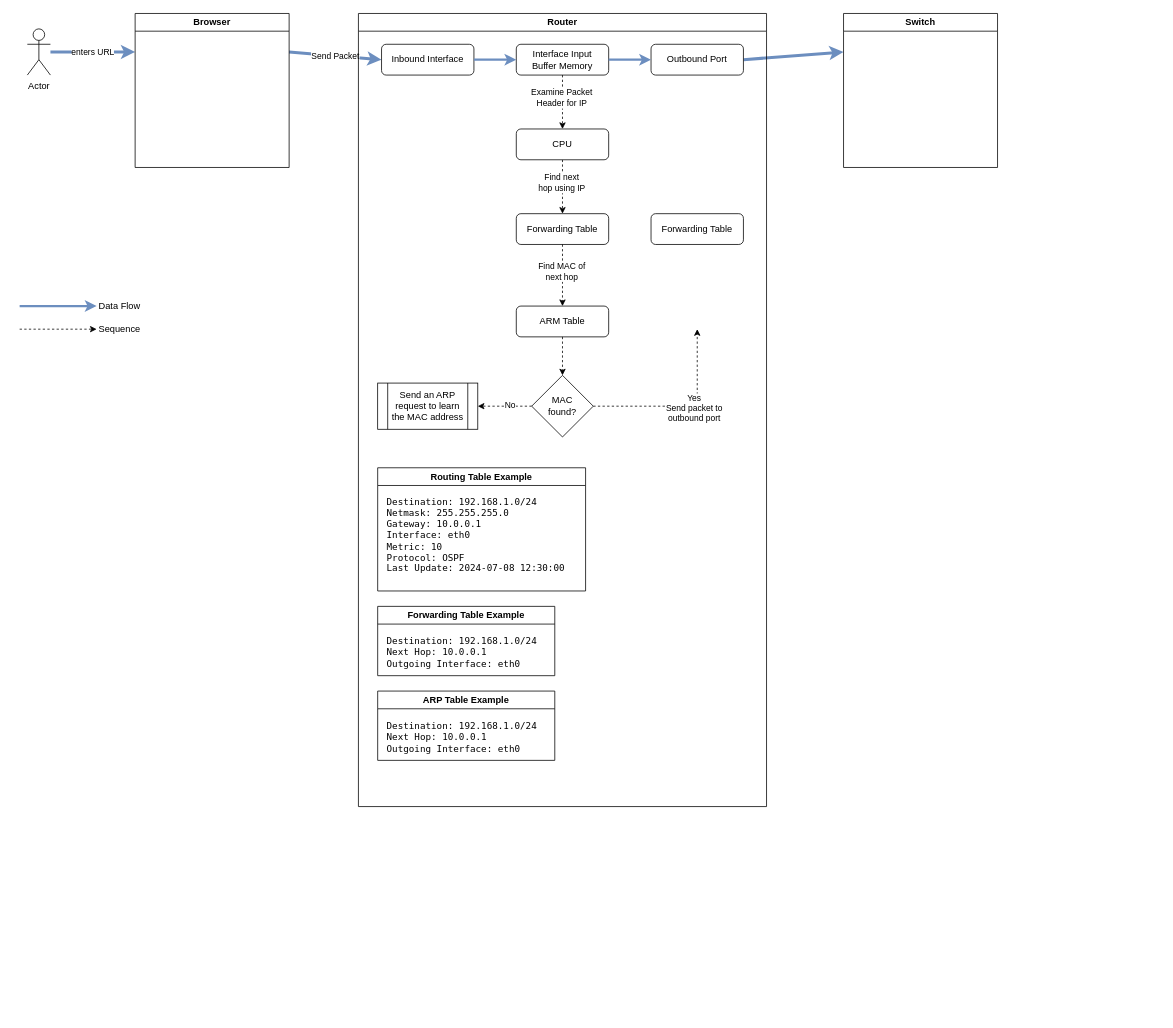
aenmeyk/diagrams keeps this draw.io diagram as internet-request-flow.drawio. Above is the earlier version. Source tidied: cells renumbered, new cells numbered last; positions are measured from the earlier drawing's top-left corner, leaving out a move shared by most shapes. Both pictures are drawn from the tidied source at 77%, with x=0, y=0 at pixel (19, 13).
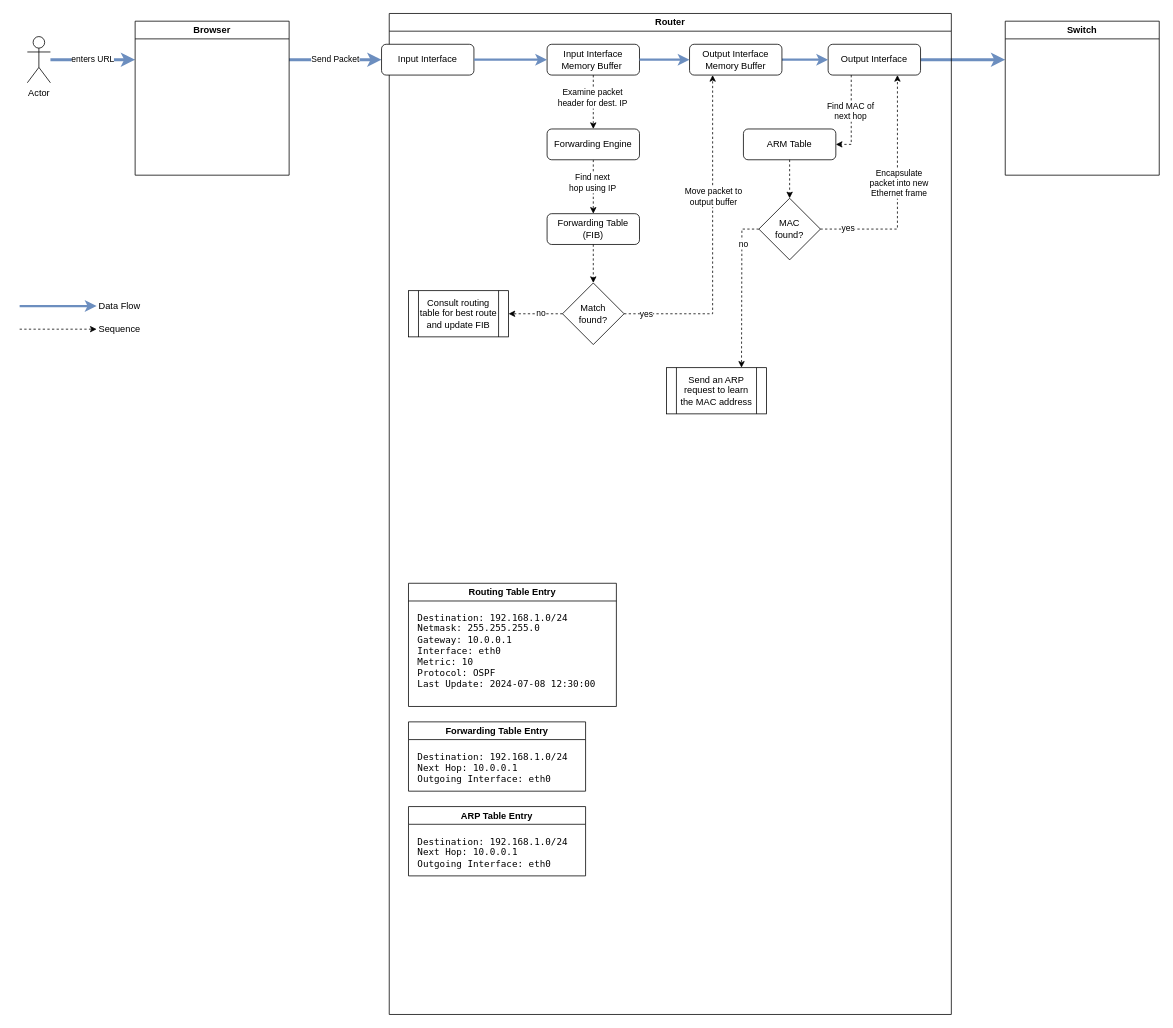
After the change.

What changed in the source:
```diff
@@
     <mxCell id="2" value="Actor" style="shape=umlActor;verticalLabelPosition=bottom;verticalAlign=top;html=1;outlineConnect=0;" parent="1" vertex="1">
-      <mxGeometry x="10" y="20" width="30" height="60" as="geometry" />
+      <mxGeometry x="10" y="30" width="30" height="60" as="geometry" />
     </mxCell>
@@
     <mxCell id="6" value="Router" style="swimlane;whiteSpace=wrap;html=1;" parent="1" vertex="1">
-      <mxGeometry x="440" width="530" height="1030" as="geometry" />
+      <mxGeometry x="480" width="730" height="1300" as="geometry" />
     </mxCell>
-    <mxCell id="7" value="Inbound Interface" style="rounded=1;whiteSpace=wrap;html=1;" parent="6" vertex="1">
-      <mxGeometry x="30" y="40" width="120" height="40" as="geometry" />
+    <mxCell id="7" value="Input Interface" style="rounded=1;whiteSpace=wrap;html=1;" parent="6" vertex="1">
+      <mxGeometry x="-10" y="40" width="120" height="40" as="geometry" />
     </mxCell>
-    <mxCell id="8" value="Out&lt;span style=&quot;background-color: initial;&quot;&gt;bound Port&lt;/span&gt;" style="rounded=1;whiteSpace=wrap;html=1;" parent="6" vertex="1">
-      <mxGeometry x="380" y="40" width="120" height="40" as="geometry" />
+    <mxCell id="8" value="Output&lt;span style=&quot;background-color: initial;&quot;&gt;&amp;nbsp;Interface&lt;/span&gt;" style="rounded=1;whiteSpace=wrap;html=1;" parent="6" vertex="1">
+      <mxGeometry x="570" y="40" width="120" height="40" as="geometry" />
     </mxCell>
-    <mxCell id="9" value="Interface Input&lt;div&gt;Buffer Memory&lt;/div&gt;" style="rounded=1;whiteSpace=wrap;html=1;" parent="6" vertex="1">
+    <mxCell id="9" value="Input Interface&lt;div&gt;Memory&amp;nbsp;&lt;span style=&quot;background-color: initial;&quot;&gt;Buffer&lt;/span&gt;&lt;span style=&quot;background-color: initial;&quot;&gt;&amp;nbsp;&lt;/span&gt;&lt;/div&gt;" style="rounded=1;whiteSpace=wrap;html=1;" parent="6" vertex="1">
       <mxGeometry x="205" y="40" width="120" height="40" as="geometry" />
     </mxCell>
@@
-    <mxCell id="11" style="endArrow=classic;html=1;rounded=0;strokeWidth=3;fillColor=#dae8fc;strokeColor=#6c8ebf;exitX=1;exitY=0.5;exitDx=0;exitDy=0;entryX=0;entryY=0.5;entryDx=0;entryDy=0;" parent="6" edge="1" source="9" target="8">
+    <mxCell id="11" style="endArrow=classic;html=1;rounded=0;strokeWidth=3;fillColor=#dae8fc;strokeColor=#6c8ebf;exitX=1;exitY=0.5;exitDx=0;exitDy=0;entryX=0;entryY=0.5;entryDx=0;entryDy=0;" parent="6" edge="1" source="42" target="8">
       <mxGeometry relative="1" as="geometry" />
     </mxCell>
-    <mxCell id="12" value="Forwarding Table" style="rounded=1;whiteSpace=wrap;html=1;" parent="6" vertex="1">
+    <mxCell id="12" value="Forwarding Table&lt;div&gt;(FIB)&lt;/div&gt;" style="rounded=1;whiteSpace=wrap;html=1;" parent="6" vertex="1">
       <mxGeometry x="205" y="260" width="120" height="40" as="geometry" />
     </mxCell>
-    <mxCell id="13" style="endArrow=classic;html=1;rounded=0;exitX=0.5;exitY=1;exitDx=0;exitDy=0;entryX=0.5;entryY=0;entryDx=0;entryDy=0;dashed=1;" parent="6" edge="1" source="26" target="12">
+    <mxCell id="13" style="endArrow=classic;html=1;rounded=0;exitX=0.5;exitY=1;exitDx=0;exitDy=0;entryX=0.5;entryY=0;entryDx=0;entryDy=0;dashed=1;" parent="6" edge="1" source="44" target="12">
       <mxGeometry relative="1" as="geometry" />
     </mxCell>
@@
     <mxCell id="15" value="ARM Table" style="rounded=1;whiteSpace=wrap;html=1;" parent="6" vertex="1">
-      <mxGeometry x="205" y="380" width="120" height="40" as="geometry" />
+      <mxGeometry x="460" y="150" width="120" height="40" as="geometry" />
     </mxCell>
-    <mxCell id="16" style="endArrow=classic;html=1;rounded=0;exitX=0.5;exitY=1;exitDx=0;exitDy=0;dashed=1;entryX=0.5;entryY=0;entryDx=0;entryDy=0;" parent="6" edge="1" source="12" target="15">
-      <mxGeometry relative="1" as="geometry" />
+    <mxCell id="16" style="endArrow=classic;html=1;rounded=0;dashed=1;entryX=1;entryY=0.5;entryDx=0;entryDy=0;exitX=0.25;exitY=1;exitDx=0;exitDy=0;" parent="6" edge="1" source="8" target="15">
+      <mxGeometry relative="1" as="geometry">
+        <Array as="points">
+          <mxPoint x="600" y="170" />
+        </Array>
+      </mxGeometry>
     </mxCell>
-    <mxCell id="17" value="Find MAC of&lt;div&gt;next hop&lt;/div&gt;" style="edgeLabel;html=1;align=center;verticalAlign=middle;" parent="16" vertex="1">
+    <mxCell id="17" value="&lt;div&gt;Find MAC of&lt;br&gt;&lt;/div&gt;&lt;div&gt;next hop&lt;/div&gt;" style="edgeLabel;html=1;align=center;verticalAlign=middle;" parent="16" vertex="1">
       <mxGeometry x="-0.16" y="-2" relative="1" as="geometry" />
     </mxCell>
     <mxCell id="18" value="MAC&lt;div&gt;found?&lt;/div&gt;" style="rhombus;whiteSpace=wrap;html=1;" parent="6" vertex="1">
-      <mxGeometry x="225" y="470" width="80" height="80" as="geometry" />
+      <mxGeometry x="480" y="240" width="80" height="80" as="geometry" />
     </mxCell>
-    <mxCell id="19" style="endArrow=classic;html=1;rounded=0;dashed=1;exitX=0.5;exitY=1;exitDx=0;exitDy=0;" parent="6" edge="1" source="15" target="18">
+    <mxCell id="19" style="endArrow=classic;html=1;rounded=0;dashed=1;exitX=0.5;exitY=1;exitDx=0;exitDy=0;entryX=0.5;entryY=0;entryDx=0;entryDy=0;" parent="6" edge="1" source="15" target="18">
       <mxGeometry relative="1" as="geometry" />
     </mxCell>
-    <mxCell id="20" style="endArrow=classic;html=1;rounded=0;exitX=1;exitY=0.5;exitDx=0;exitDy=0;dashed=1;" parent="6" edge="1" source="18">
+    <mxCell id="20" style="endArrow=classic;html=1;rounded=0;exitX=1;exitY=0.5;exitDx=0;exitDy=0;dashed=1;entryX=0.25;entryY=1;entryDx=0;entryDy=0;" parent="6" edge="1" source="45" target="42">
       <mxGeometry relative="1" as="geometry">
-        <mxPoint x="440" y="410" as="targetPoint" />
         <Array as="points">
-          <mxPoint x="440" y="510" />
+          <mxPoint x="420" y="390" />
         </Array>
       </mxGeometry>
     </mxCell>
-    <mxCell id="21" value="Yes&lt;div&gt;Send packet to&lt;/div&gt;&lt;div&gt;outbound port&lt;/div&gt;" style="edgeLabel;html=1;align=center;verticalAlign=middle;" parent="20" vertex="1">
-      <mxGeometry x="0.11" y="-2" relative="1" as="geometry" />
+    <mxCell id="21" value="Move packet to&lt;div&gt;output buffer&lt;/div&gt;" style="edgeLabel;html=1;align=center;verticalAlign=middle;" parent="20" vertex="1">
+      <mxGeometry x="0.11" y="-2" relative="1" as="geometry">
+        <mxPoint x="-2" y="-32" as="offset" />
+      </mxGeometry>
     </mxCell>
+    <mxCell id="41" value="yes" style="edgeLabel;html=1;align=center;verticalAlign=middle;" parent="20" vertex="1">
+      <mxGeometry x="-0.54" y="2" relative="1" as="geometry">
+        <mxPoint x="-70" y="2" as="offset" />
+      </mxGeometry>
+    </mxCell>
     <mxCell id="22" value="Send an ARP request to learn the MAC address" style="shape=process;whiteSpace=wrap;html=1;backgroundOutline=1;" parent="6" vertex="1">
-      <mxGeometry x="25" y="480" width="130" height="60" as="geometry" />
+      <mxGeometry x="360" y="460" width="130" height="60" as="geometry" />
     </mxCell>
-    <mxCell id="23" style="endArrow=classic;html=1;rounded=0;exitX=0;exitY=0.5;exitDx=0;exitDy=0;dashed=1;entryX=1;entryY=0.5;entryDx=0;entryDy=0;" parent="6" edge="1" source="18" target="22">
-      <mxGeometry relative="1" as="geometry" />
+    <mxCell id="23" style="endArrow=classic;html=1;rounded=0;exitX=0;exitY=0.5;exitDx=0;exitDy=0;dashed=1;entryX=0.75;entryY=0;entryDx=0;entryDy=0;" parent="6" edge="1" source="18" target="22">
+      <mxGeometry relative="1" as="geometry">
+        <Array as="points">
+          <mxPoint x="458" y="280" />
+        </Array>
+      </mxGeometry>
     </mxCell>
-    <mxCell id="24" value="No" style="edgeLabel;html=1;align=center;verticalAlign=middle;" parent="23" vertex="1">
-      <mxGeometry x="-0.16" y="-2" relative="1" as="geometry" />
+    <mxCell id="24" value="no" style="edgeLabel;html=1;align=center;verticalAlign=middle;" parent="23" vertex="1">
+      <mxGeometry x="-0.16" y="-2" relative="1" as="geometry">
+        <mxPoint x="4" y="-43" as="offset" />
+      </mxGeometry>
     </mxCell>
-    <mxCell id="25" value="Forwarding Table" style="rounded=1;whiteSpace=wrap;html=1;" parent="6" vertex="1">
-      <mxGeometry x="380" y="260" width="120" height="40" as="geometry" />
-    </mxCell>
-    <mxCell id="26" value="CPU" style="rounded=1;whiteSpace=wrap;html=1;" parent="6" vertex="1">
-      <mxGeometry x="205" y="150" width="120" height="40" as="geometry" />
-    </mxCell>
-    <mxCell id="27" style="endArrow=classic;html=1;rounded=0;exitX=0.5;exitY=1;exitDx=0;exitDy=0;dashed=1;entryX=0.5;entryY=0;entryDx=0;entryDy=0;" parent="6" edge="1" source="9" target="26">
+    <mxCell id="27" style="endArrow=classic;html=1;rounded=0;exitX=0.5;exitY=1;exitDx=0;exitDy=0;dashed=1;entryX=0.5;entryY=0;entryDx=0;entryDy=0;" parent="6" edge="1" source="9" target="44">
       <mxGeometry relative="1" as="geometry" />
     </mxCell>
-    <mxCell id="28" value="Examine Packet&lt;br&gt;Header for IP" style="edgeLabel;html=1;align=center;verticalAlign=middle;" parent="27" vertex="1">
+    <mxCell id="28" value="Examine packet&lt;br&gt;header for dest. IP" style="edgeLabel;html=1;align=center;verticalAlign=middle;" parent="27" vertex="1">
       <mxGeometry x="-0.16" y="-2" relative="1" as="geometry" />
     </mxCell>
-    <mxCell id="29" value="Routing Table Example" style="swimlane;whiteSpace=wrap;html=1;" parent="6" vertex="1">
-      <mxGeometry x="25" y="590" width="270" height="160" as="geometry" />
+    <mxCell id="29" value="Routing Table Entry" style="swimlane;whiteSpace=wrap;html=1;" parent="6" vertex="1">
+      <mxGeometry x="25" y="740" width="270" height="160" as="geometry" />
     </mxCell>
@@
-    <mxCell id="31" value="Forwarding Table Example" style="swimlane;whiteSpace=wrap;html=1;" parent="6" vertex="1">
-      <mxGeometry x="25" y="770" width="230" height="90" as="geometry" />
+    <mxCell id="31" value="Forwarding Table Entry" style="swimlane;whiteSpace=wrap;html=1;" parent="6" vertex="1">
+      <mxGeometry x="25" y="920" width="230" height="90" as="geometry" />
     </mxCell>
@@
-    <mxCell id="33" value="ARP Table Example" style="swimlane;whiteSpace=wrap;html=1;" parent="6" vertex="1">
-      <mxGeometry x="25" y="880" width="230" height="90" as="geometry" />
+    <mxCell id="33" value="ARP Table Entry" style="swimlane;whiteSpace=wrap;html=1;" parent="6" vertex="1">
+      <mxGeometry x="25" y="1030" width="230" height="90" as="geometry" />
     </mxCell>
@@
+    <mxCell id="42" value="Output Interface&lt;div&gt;Memory&amp;nbsp;&lt;span style=&quot;background-color: initial;&quot;&gt;Buffer&lt;/span&gt;&lt;/div&gt;" style="rounded=1;whiteSpace=wrap;html=1;" parent="6" vertex="1">
+      <mxGeometry x="390" y="40" width="120" height="40" as="geometry" />
+    </mxCell>
+    <mxCell id="43" style="endArrow=classic;html=1;rounded=0;strokeWidth=3;fillColor=#dae8fc;strokeColor=#6c8ebf;exitX=1;exitY=0.5;exitDx=0;exitDy=0;entryX=0;entryY=0.5;entryDx=0;entryDy=0;" parent="6" edge="1" source="9" target="42">
+      <mxGeometry relative="1" as="geometry" />
+    </mxCell>
+    <mxCell id="44" value="Forwarding Engine" style="rounded=1;whiteSpace=wrap;html=1;" parent="6" vertex="1">
+      <mxGeometry x="205" y="150" width="120" height="40" as="geometry" />
+    </mxCell>
+    <mxCell id="45" value="&lt;div&gt;Match&lt;div&gt;found?&lt;/div&gt;&lt;/div&gt;" style="rhombus;whiteSpace=wrap;html=1;" parent="6" vertex="1">
+      <mxGeometry x="225" y="350" width="80" height="80" as="geometry" />
+    </mxCell>
+    <mxCell id="46" style="endArrow=classic;html=1;rounded=0;dashed=1;exitX=0.5;exitY=1;exitDx=0;exitDy=0;entryX=0.5;entryY=0;entryDx=0;entryDy=0;" parent="6" edge="1" source="12" target="45">
+      <mxGeometry relative="1" as="geometry" />
+    </mxCell>
+    <mxCell id="47" value="Consult routing table for best route and update FIB" style="shape=process;whiteSpace=wrap;html=1;backgroundOutline=1;" parent="6" vertex="1">
+      <mxGeometry x="25" y="360" width="130" height="60" as="geometry" />
+    </mxCell>
+    <mxCell id="48" style="endArrow=classic;html=1;rounded=0;dashed=1;entryX=1;entryY=0.5;entryDx=0;entryDy=0;exitX=0;exitY=0.5;exitDx=0;exitDy=0;" parent="6" edge="1" source="45" target="47">
+      <mxGeometry relative="1" as="geometry" />
+    </mxCell>
+    <mxCell id="49" value="no" style="edgeLabel;html=1;align=center;verticalAlign=middle;" parent="48" vertex="1">
+      <mxGeometry x="-0.16" y="-2" relative="1" as="geometry" />
+    </mxCell>
+    <mxCell id="50" style="endArrow=classic;html=1;rounded=0;dashed=1;exitX=1;exitY=0.5;exitDx=0;exitDy=0;entryX=0.75;entryY=1;entryDx=0;entryDy=0;" parent="6" edge="1" source="18" target="8">
+      <mxGeometry relative="1" as="geometry">
+        <Array as="points">
+          <mxPoint x="660" y="280" />
+        </Array>
+      </mxGeometry>
+    </mxCell>
+    <mxCell id="51" value="&lt;div&gt;Encapsulate&lt;/div&gt;&lt;div&gt;packet into new&lt;/div&gt;&lt;div&gt;Ethernet frame&lt;br&gt;&lt;/div&gt;" style="edgeLabel;html=1;align=center;verticalAlign=middle;" parent="50" vertex="1">
+      <mxGeometry x="-0.49" y="-1" relative="1" as="geometry">
+        <mxPoint x="24" y="-61" as="offset" />
+      </mxGeometry>
+    </mxCell>
+    <mxCell id="52" value="yes" style="edgeLabel;html=1;align=center;verticalAlign=middle;" parent="50" vertex="1">
+      <mxGeometry x="-0.77" y="2" relative="1" as="geometry" />
+    </mxCell>
     <mxCell id="35" value="Browser" style="swimlane;whiteSpace=wrap;html=1;" parent="1" vertex="1">
-      <mxGeometry x="150" width="200" height="200" as="geometry" />
+      <mxGeometry x="150" y="10" width="200" height="200" as="geometry" />
     </mxCell>
     <mxCell id="36" value="Switch" style="swimlane;whiteSpace=wrap;html=1;" parent="1" vertex="1">
-      <mxGeometry x="1070" width="200" height="200" as="geometry" />
+      <mxGeometry x="1280" y="10" width="200" height="200" as="geometry" />
     </mxCell>
```
